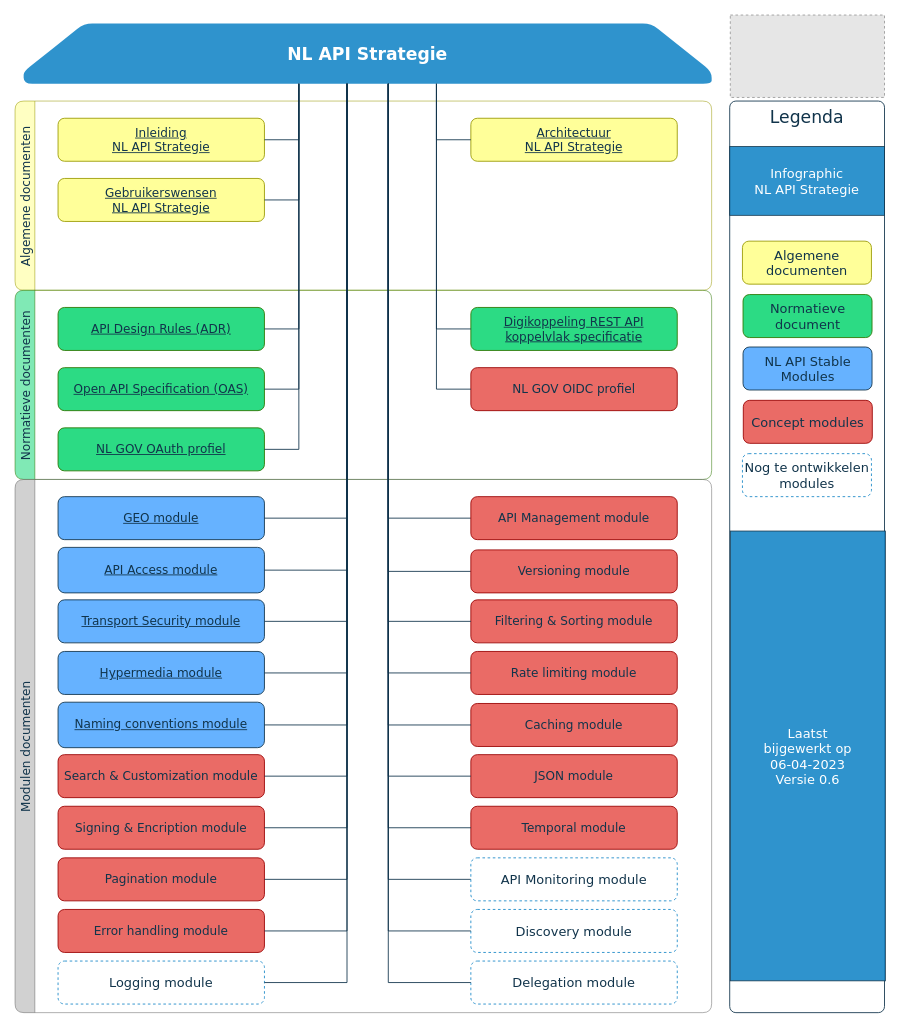
This is page "versie 06" (1 of 2) of media/API infographic.drawio from Geonovum/KP-APIs, a draw.io file, before an edit. Source tidied: cells renumbered, new cells numbered last; positions are measured from the earlier drawing's top-left corner, leaving out a move shared by most shapes. Both pictures are drawn from the tidied source at 86%, with x=0, y=0 at pixel (15, 15). Pictures stored in the file or linked from it are replaced by grey dashed boxes.
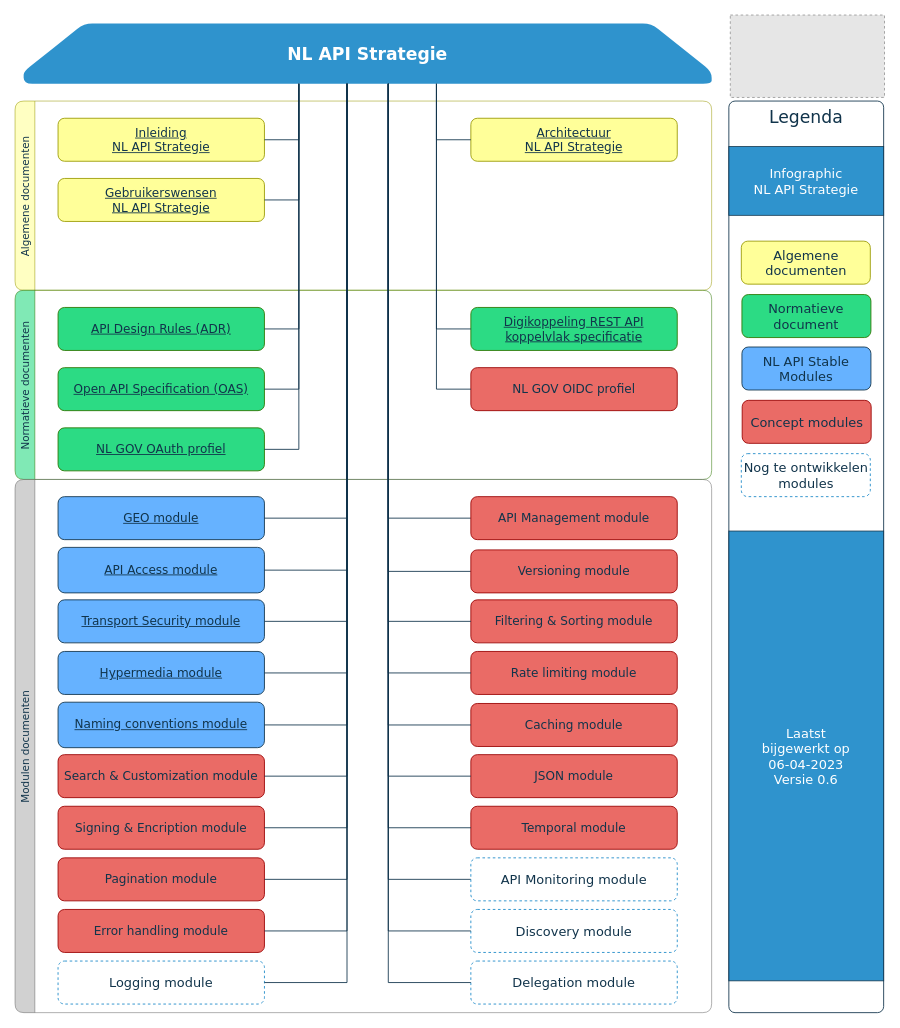
The same page after the edit.

The edit, as a diff of the source:
```diff
@@
     <mxCell id="6" value="&lt;span style=&quot;font-size: 20px;&quot;&gt;&lt;font style=&quot;&quot;&gt;Legenda&lt;/font&gt;&lt;/span&gt;" style="rounded=1;whiteSpace=wrap;html=1;fontSize=14;verticalAlign=top;fontFamily=Verdana;fontStyle=0;fontColor=#11344B;strokeColor=#11344B;arcSize=4;" parent="1" vertex="1">
-      <mxGeometry x="831" y="100" width="180" height="1060" as="geometry" />
+      <mxGeometry x="830" y="100" width="180" height="1060" as="geometry" />
     </mxCell>
     <mxCell id="7" value="Normatieve&lt;br style=&quot;font-size: 15px;&quot;&gt;document" style="rounded=1;whiteSpace=wrap;html=1;fontSize=15;fontStyle=0;fillColor=#2CDB84;strokeColor=#2D7600;fontColor=#11344B;fontFamily=Verdana;" parent="1" vertex="1">
-      <mxGeometry x="846.5" y="325" width="150" height="50" as="geometry" />
+      <mxGeometry x="845.2" y="325" width="150" height="50" as="geometry" />
     </mxCell>
-    <mxCell id="8" value="Algemene documenten" style="swimlane;horizontal=0;rounded=1;strokeColor=#999900;fillColor=#FFFF99;fontFamily=Verdana;fontStyle=0;opacity=60;fontColor=#11344B;fontSize=14;" parent="1" vertex="1">
+    <mxCell id="8" value="Algemene documenten" style="swimlane;horizontal=0;rounded=1;strokeColor=#999900;fillColor=#FFFF99;fontFamily=Verdana;fontStyle=0;opacity=60;fontColor=#11344B;fontSize=12;" parent="1" vertex="1">
       <mxGeometry y="100" width="810" height="220" as="geometry" />
     </mxCell>
@@
-    <mxCell id="12" value="Normatieve documenten" style="swimlane;horizontal=0;rounded=1;strokeColor=#2D7600;fillColor=#2CDB84;fontFamily=Verdana;fontStyle=0;opacity=60;fontColor=#11344B;fontSize=14;" parent="1" vertex="1">
+    <mxCell id="12" value="Normatieve documenten" style="swimlane;horizontal=0;rounded=1;strokeColor=#2D7600;fillColor=#2CDB84;fontFamily=Verdana;fontStyle=0;opacity=60;fontColor=#11344B;fontSize=12;" parent="1" vertex="1">
       <mxGeometry y="320" width="810" height="220" as="geometry" />
     </mxCell>
@@
-    <mxCell id="20" value="Modulen documenten" style="swimlane;horizontal=0;rounded=1;strokeColor=#666666;fillColor=#B3B3B3;fontFamily=Verdana;fontStyle=0;opacity=60;fontColor=#11344B;fontSize=14;" parent="1" vertex="1">
+    <mxCell id="20" value="Modulen documenten" style="swimlane;horizontal=0;rounded=1;strokeColor=#666666;fillColor=#B3B3B3;fontFamily=Verdana;fontStyle=0;opacity=60;fontColor=#11344B;fontSize=12;" parent="1" vertex="1">
       <mxGeometry y="540" width="810" height="620" as="geometry" />
     </mxCell>
@@
     <mxCell id="41" value="Algemene documenten" style="rounded=1;whiteSpace=wrap;html=1;fontSize=15;fontStyle=0;fillColor=#FFFF99;strokeColor=#999900;fontColor=#11344B;fontFamily=Verdana;" parent="1" vertex="1">
-      <mxGeometry x="845.8" y="262.9" width="150" height="50" as="geometry" />
+      <mxGeometry x="844.5" y="262.9" width="150" height="50" as="geometry" />
     </mxCell>
     <mxCell id="42" value="Concept modules" style="rounded=1;whiteSpace=wrap;html=1;fontSize=15;fontStyle=0;fillColor=#EA6B66;strokeColor=#990000;fontColor=#11344B;fontFamily=Verdana;" parent="1" vertex="1">
-      <mxGeometry x="846.8" y="448" width="150" height="50" as="geometry" />
+      <mxGeometry x="845.5" y="448" width="150" height="50" as="geometry" />
     </mxCell>
     <mxCell id="43" value="NL API Stable Modules" style="rounded=1;whiteSpace=wrap;html=1;fontSize=15;fontStyle=0;fillColor=#66B2FF;strokeColor=#11344B;fontColor=#11344B;fontFamily=Verdana;" parent="1" vertex="1">
-      <mxGeometry x="846.5" y="386" width="150" height="50" as="geometry" />
+      <mxGeometry x="845.2" y="386" width="150" height="50" as="geometry" />
     </mxCell>
@@
     <mxCell id="52" value="Laatst &lt;br&gt;bijgewerkt op &lt;br&gt;06-04-2023&lt;br&gt;Versie 0.6" style="text;html=1;strokeColor=#11344B;fillColor=#1988C8;align=center;verticalAlign=middle;whiteSpace=wrap;rounded=0;fontFamily=Verdana;fontSize=15;fontColor=#FFFFFF;opacity=90;" parent="1" vertex="1">
-      <mxGeometry x="831.7" y="600" width="180.3" height="523" as="geometry" />
+      <mxGeometry x="830" y="600" width="180" height="523" as="geometry" />
     </mxCell>
     <mxCell id="53" value="Infographic &lt;br&gt;NL API Strategie&lt;br&gt;" style="text;html=1;strokeColor=#11344B;fillColor=#1988C8;align=center;verticalAlign=middle;whiteSpace=wrap;rounded=0;fontFamily=Verdana;fontSize=15;fontColor=#FFFFFF;opacity=90;" parent="1" vertex="1">
-      <mxGeometry x="831" y="152.9" width="180" height="80" as="geometry" />
+      <mxGeometry x="830" y="152.9" width="180" height="80" as="geometry" />
     </mxCell>
@@
     <mxCell id="58" value="Nog te ontwikkelen modules" style="rounded=1;whiteSpace=wrap;html=1;fontSize=15;fontStyle=0;fillColor=none;strokeColor=#1988C8;fontColor=#11344B;fontFamily=Verdana;dashed=1;" parent="1" vertex="1">
-      <mxGeometry x="845.8" y="510" width="150" height="50" as="geometry" />
+      <mxGeometry x="844.5" y="510" width="150" height="50" as="geometry" />
     </mxCell>
```
